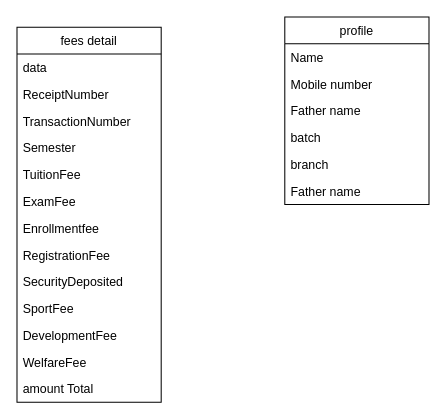
Before: fees_flow.drawio in yashrasniya/assiment, a draw.io diagram. Source tidied: cells renumbered, new cells numbered last; positions are measured from the earlier drawing's top-left corner, leaving out a move shared by most shapes. Both pictures are drawn from the tidied source at 103%, with x=0, y=0 at pixel (16, 16).
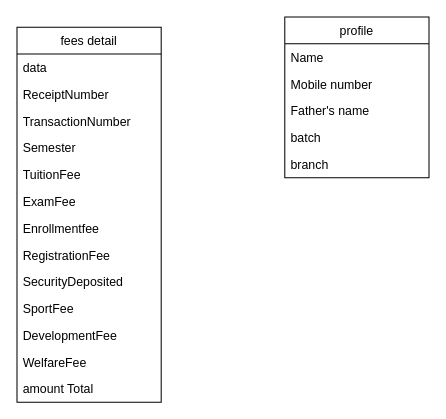
Above is the later version.

Change to the diagram source:
```diff
@@
     <mxCell id="2" value="profile " style="swimlane;fontStyle=0;horizontal=1;startSize=26;fillColor=none;" parent="1" vertex="1">
-      <mxGeometry x="260" width="140" height="182" as="geometry" />
+      <mxGeometry x="260" width="140" height="156" as="geometry" />
     </mxCell>
@@
-    <mxCell id="5" value="Father name" style="text;strokeColor=none;fillColor=none;align=left;verticalAlign=top;spacingLeft=4;spacingRight=4;overflow=hidden;" parent="2" vertex="1">
+    <mxCell id="5" value="Father's name" style="text;strokeColor=none;fillColor=none;align=left;verticalAlign=top;spacingLeft=4;spacingRight=4;overflow=hidden;" parent="2" vertex="1">
       <mxGeometry y="78" width="140" height="26" as="geometry" />
     </mxCell>
@@
-    <mxCell id="8" value="Father name" style="text;strokeColor=none;fillColor=none;align=left;verticalAlign=top;spacingLeft=4;spacingRight=4;overflow=hidden;" parent="2" vertex="1">
-      <mxGeometry y="156" width="140" height="26" as="geometry" />
-    </mxCell>
```
